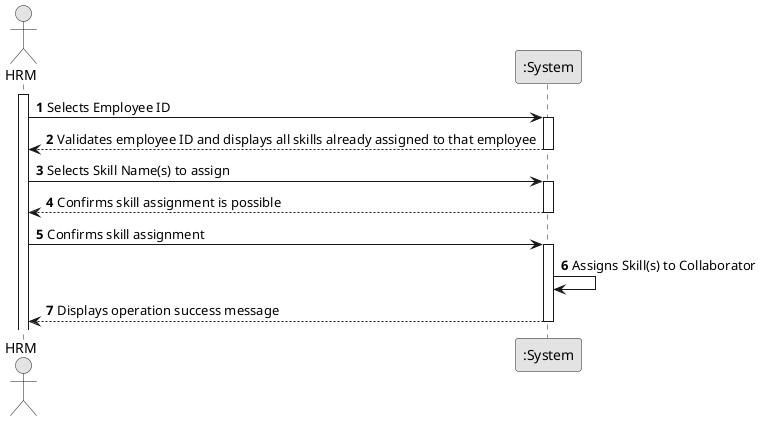
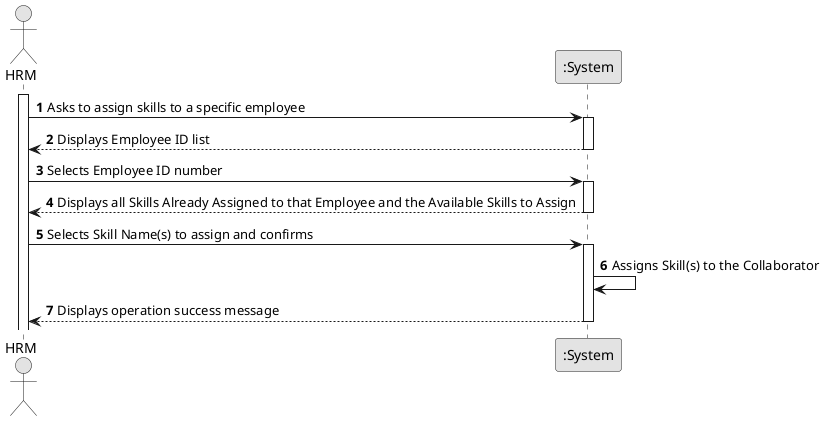
@startuml
skinparam monochrome true
skinparam packageStyle rectangle
skinparam shadowing false

autonumber

actor "HRM" as HRManager
participant ":System" as System

activate HRManager

- HRManager -> System : Selects Employee ID
+ HRManager -> System : Asks to assign skills to a specific employee
activate System

- System --> HRManager :  Validates employee ID and displays all skills already assigned to that employee
+ System --> HRManager :  Displays Employee ID list
deactivate System

- HRManager -> System : Selects Skill Name(s) to assign
+ HRManager -> System : Selects Employee ID number
activate System

- System --> HRManager : Confirms skill assignment is possible
+ System --> HRManager : Displays all Skills Already Assigned to that Employee and the Available Skills to Assign
deactivate System

- HRManager -> System : Confirms skill assignment
+ HRManager -> System : Selects Skill Name(s) to assign and confirms
activate System

- System -> System : Assigns Skill(s) to Collaborator
+ System -> System : Assigns Skill(s) to the Collaborator
System --> HRManager : Displays operation success message

deactivate System
@enduml
